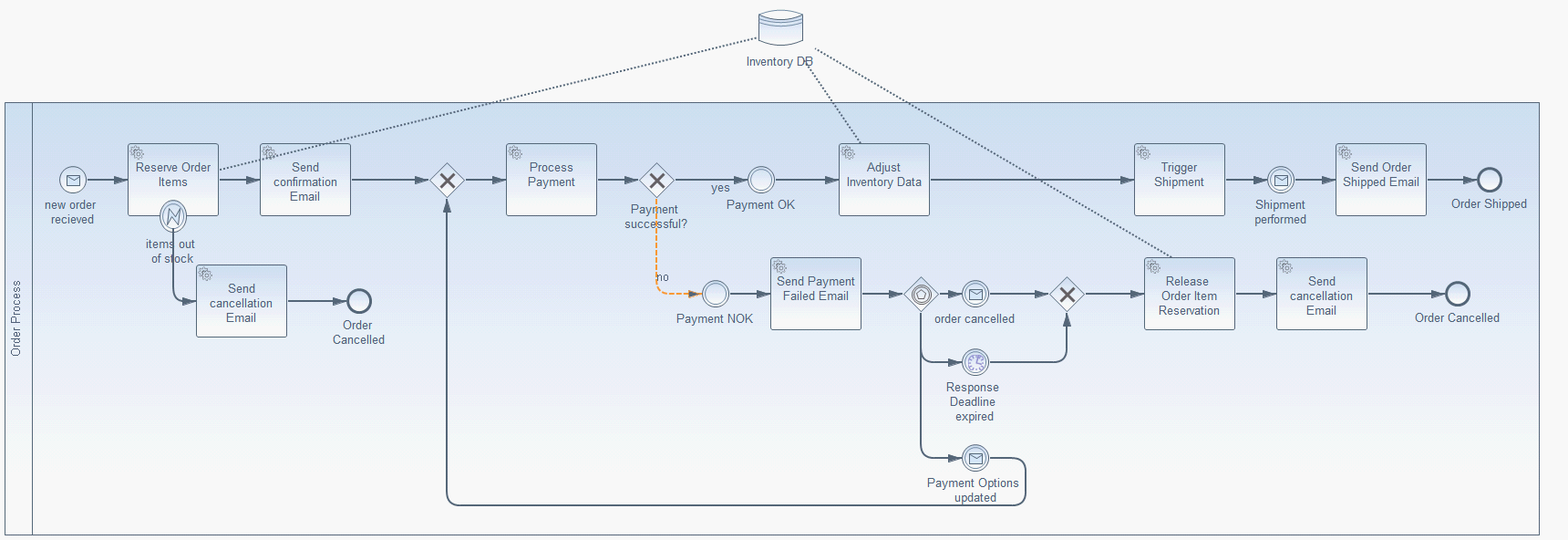
Above: fruit-shop-app/src/main/resources/processOrder.png in meyerdan/order-processing-demo (BPMN), before the change. Its source is kept beside it as fruit-shop-app/src/main/resources/processOrder.bpmn. Ids are renumbered.
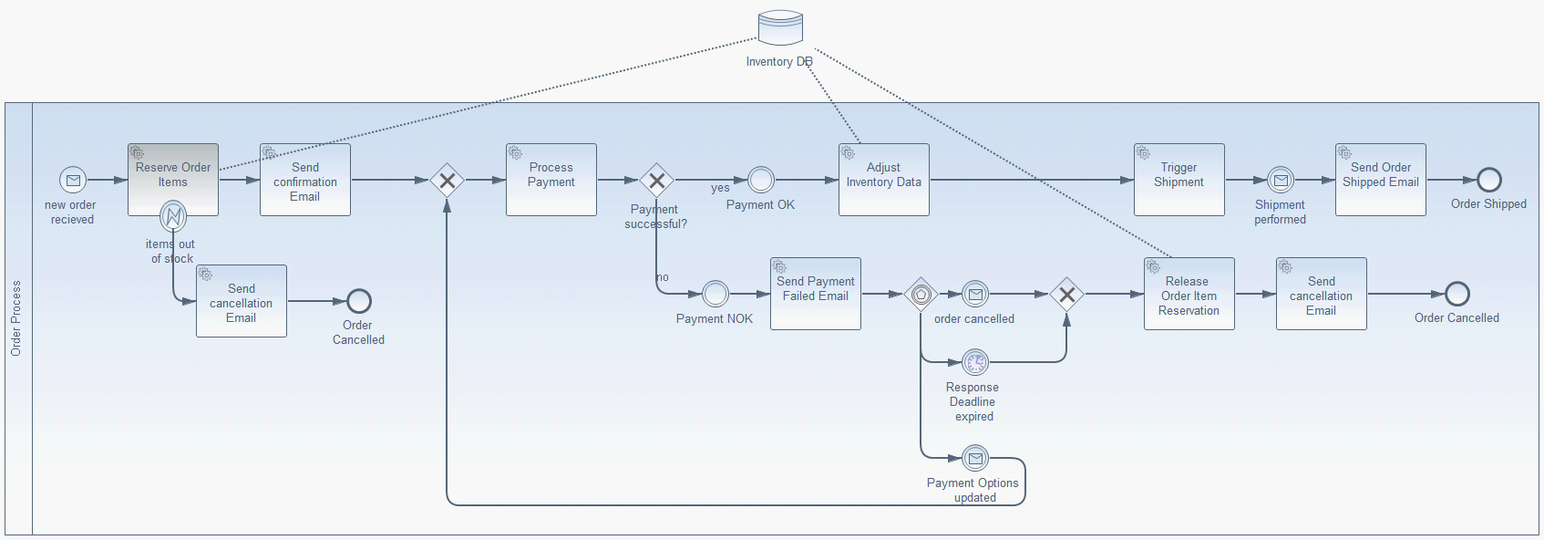
Later version of the same file.

Diff of the diagram source:
```diff
@@ -42,7 +42,7 @@
       <outgoing>sid-CBBF786D-5FD8-4832-AAEC-F6A61EC39274</outgoing>
       <messageEventDefinition id="sid-bc7aaa73-9ced-4c49-90b3-69cfa98d0ad0" messageRef="sid-914583D1-BCE9-484F-84F2-990BD723791E"/>
     </startEvent>
-    <serviceTask id="sid-F2EC54E7-D69F-466B-96A3-78385F1DB3CB" activiti:expression="${true}" name="Reserve Order Items" implementation="webService">
+    <serviceTask id="sid-F2EC54E7-D69F-466B-96A3-78385F1DB3CB" activiti:expression="${true}" activiti:async="true" name="Reserve Order Items" implementation="webService">
       <incoming>sid-CBBF786D-5FD8-4832-AAEC-F6A61EC39274</incoming>
       <outgoing>sid-25E77FF0-93A5-4723-9E95-9ADF4025A05E</outgoing>
     </serviceTask>
```
